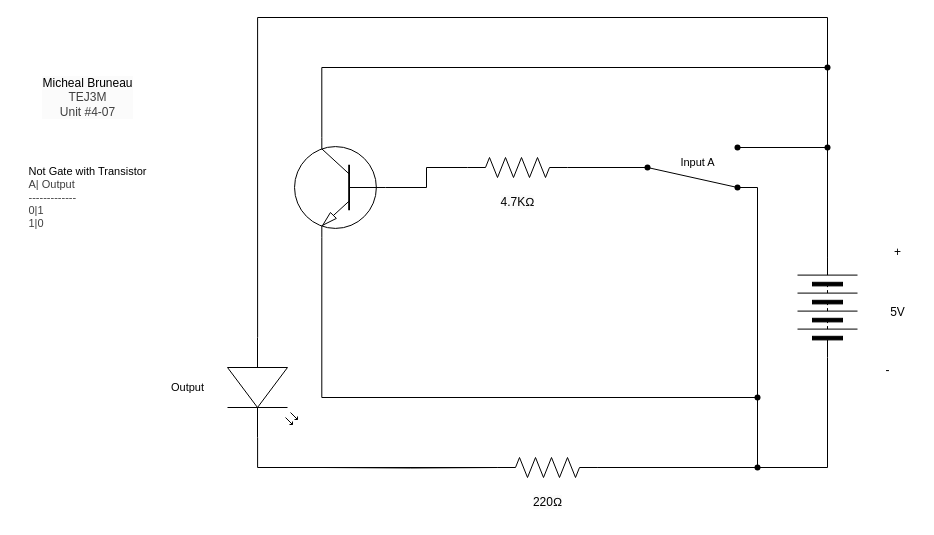
michael-bruneau/TEJ3M-Unit-4 keeps this draw.io diagram as TEJ3M 4-07/Schematic Diagram.drawio. Above is the earlier version. Source tidied: cells renumbered, new cells numbered last; positions are measured from the earlier drawing's top-left corner, leaving out a move shared by most shapes. Both pictures are drawn from the tidied source at 100%, with x=0, y=0 at pixel (17, 17).
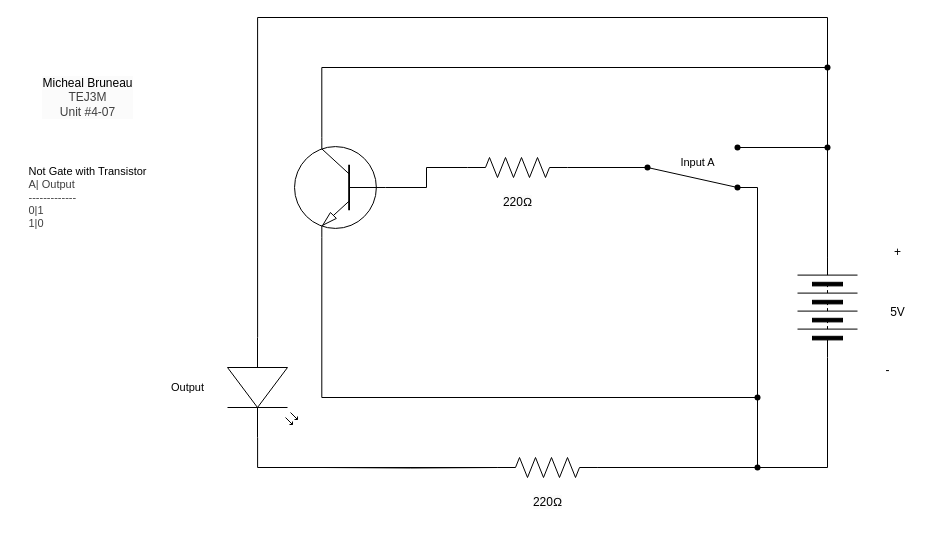
The same diagram, later.

Commit message (it also covers changes not shown here):
Saving code

Diff of the diagram source:
```diff
@@
-    <mxCell id="27" value="&lt;span style=&quot;font-size: 12px; background-color: rgb(251, 251, 251);&quot;&gt;4.7KΩ&lt;/span&gt;" style="text;html=1;align=center;verticalAlign=middle;strokeColor=none;fillColor=none;fontFamily=Helvetica;fontSize=11;fontColor=default;labelBackgroundColor=default;" parent="1" vertex="1">
-      <mxGeometry x="470" y="170" width="60" height="30" as="geometry" />
+    <mxCell id="27" value="&lt;span style=&quot;font-size: 12px; background-color: rgb(251, 251, 251);&quot;&gt;220Ω&lt;/span&gt;" style="text;html=1;align=center;verticalAlign=middle;strokeColor=none;fillColor=none;fontFamily=Helvetica;fontSize=11;fontColor=default;labelBackgroundColor=default;" parent="1" vertex="1">
+      <mxGeometry x="475" y="170" width="50" height="30" as="geometry" />
     </mxCell>
```
